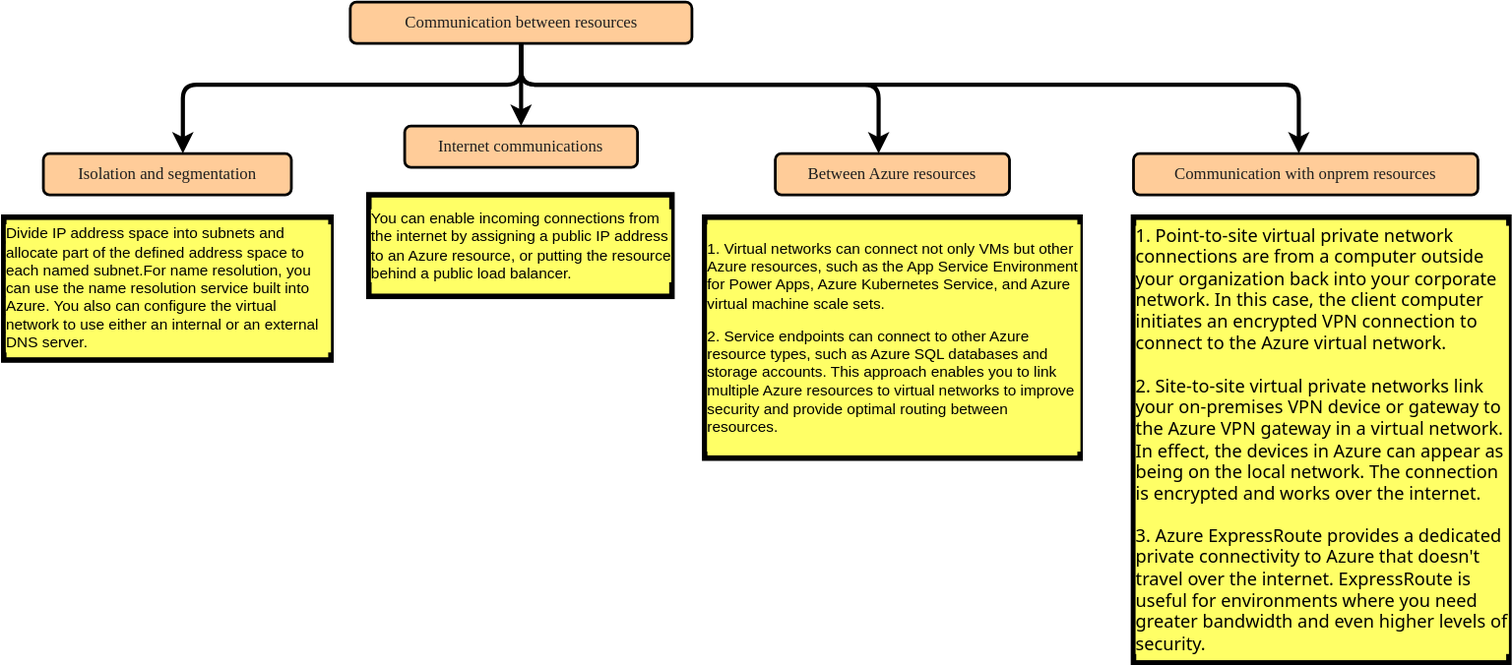
sunnybharne/draw.io keeps this draw.io diagram as azure/fundamentals/Azure.communications.drawio.svg. Above is the earlier version. Source tidied: cells renumbered, new cells last; positions are measured from the earlier drawing's top-left corner, leaving out a move shared by most shapes.
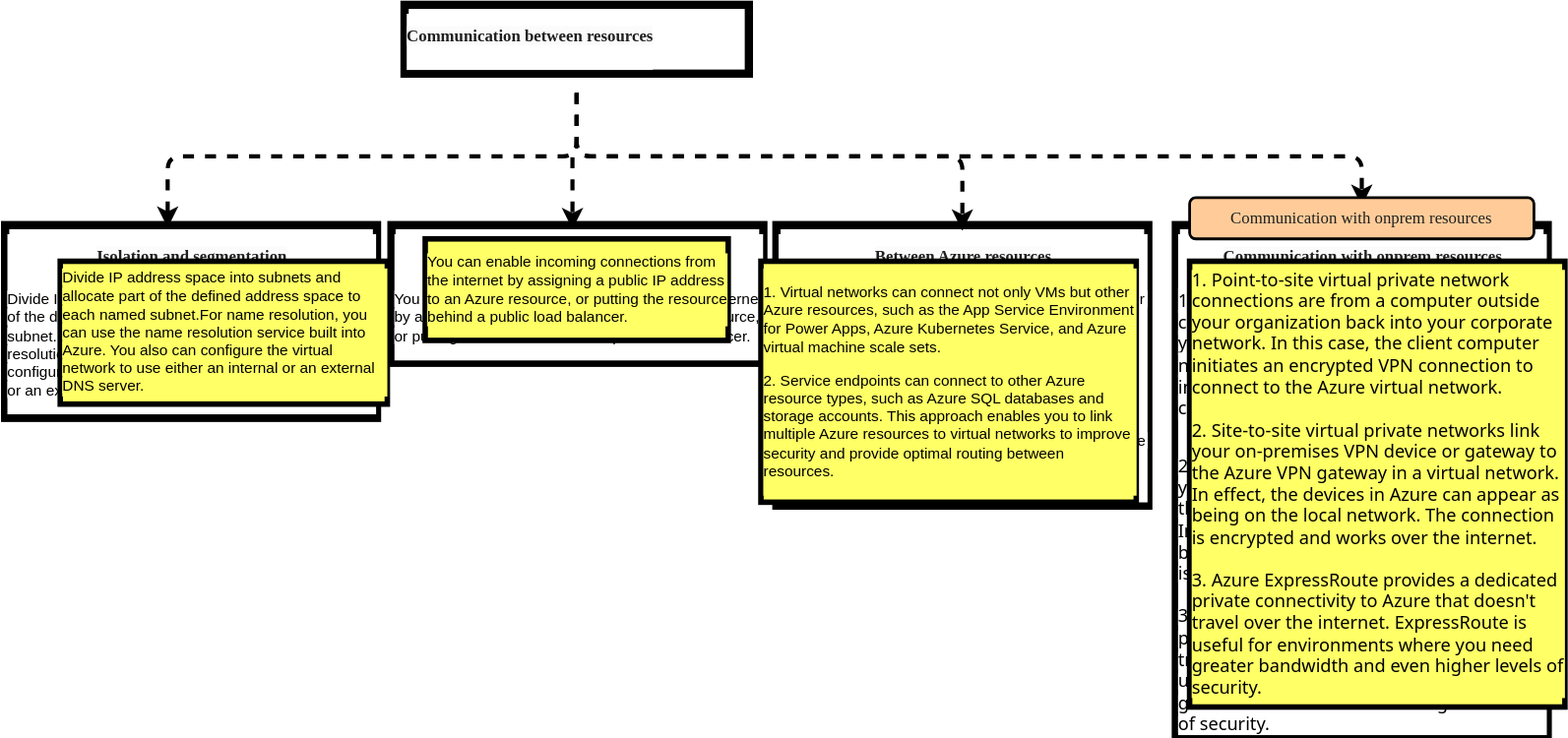
After the commit.

What changed in the source:
```diff
@@ -2,26 +2,55 @@
   <root>
     <mxCell id="0" />
     <mxCell id="1" parent="0" />
-    <mxCell id="2" style="edgeStyle=orthogonalEdgeStyle;shape=connector;curved=0;rounded=1;jettySize=auto;html=1;strokeColor=default;strokeWidth=3;align=center;verticalAlign=middle;fontFamily=Helvetica;fontSize=11;fontColor=default;labelBackgroundColor=default;endArrow=classic;" parent="1" edge="1" source="6" target="9">
-      <mxGeometry relative="1" as="geometry">
-        <Array as="points">
-          <mxPoint x="376" y="60" />
-          <mxPoint x="635" y="60" />
-        </Array>
-      </mxGeometry>
-    </mxCell>
-    <mxCell id="3" style="edgeStyle=orthogonalEdgeStyle;shape=connector;curved=0;rounded=1;jettySize=auto;html=1;entryX=0.5;entryY=0;entryDx=0;entryDy=0;strokeColor=default;strokeWidth=3;align=center;verticalAlign=middle;fontFamily=Helvetica;fontSize=11;fontColor=default;labelBackgroundColor=default;endArrow=classic;" parent="1" edge="1" source="6" target="10">
-      <mxGeometry relative="1" as="geometry" />
-    </mxCell>
-    <mxCell id="4" style="edgeStyle=orthogonalEdgeStyle;shape=connector;curved=0;rounded=1;jettySize=auto;html=1;strokeColor=default;strokeWidth=3;align=center;verticalAlign=middle;fontFamily=Helvetica;fontSize=11;fontColor=default;labelBackgroundColor=default;endArrow=classic;" parent="1" edge="1" source="6" target="8">
-      <mxGeometry relative="1" as="geometry">
-        <Array as="points">
-          <mxPoint x="376" y="60" />
-          <mxPoint x="130" y="60" />
-        </Array>
-      </mxGeometry>
-    </mxCell>
+    <mxCell id="7" style="edgeStyle=orthogonalEdgeStyle;rounded=0;orthogonalLoop=1;jettySize=auto;html=1;exitX=0.5;exitY=1;exitDx=0;exitDy=0;" parent="1" edge="1">
+      <mxGeometry relative="1" as="geometry">
+        <mxPoint x="375.5" y="30" as="sourcePoint" />
+        <mxPoint x="375.5" y="30" as="targetPoint" />
+      </mxGeometry>
+    </mxCell>
+    <mxCell id="16" value="&lt;h1 style=&quot;text-align: center; margin-top: 0px;&quot;&gt;&lt;span style=&quot;caret-color: rgb(31, 31, 31); color: rgb(31, 31, 31); font-family: Verdana; font-size: 12px; white-space: pre-wrap; background-color: rgb(251, 251, 251);&quot;&gt;Isolation and segmentation&lt;/span&gt;&lt;br&gt;&lt;/h1&gt;&lt;p&gt;&lt;span style=&quot;background-color: rgb(255, 255, 255);&quot;&gt;&lt;span style=&quot;white-space: pre-wrap;&quot;&gt;Divide IP address space into &lt;/span&gt;&lt;span style=&quot;white-space: pre-wrap;&quot;&gt;subnets and allocate part of the defined &lt;/span&gt;&lt;span style=&quot;white-space: pre-wrap;&quot;&gt;address space to each named subnet.For &lt;/span&gt;&lt;span style=&quot;white-space: pre-wrap;&quot;&gt;name resolution, you can use the name &lt;/span&gt;&lt;span style=&quot;white-space: pre-wrap;&quot;&gt;resolution service built into Azure. You also &lt;/span&gt;&lt;span style=&quot;white-space: pre-wrap;&quot;&gt;can configure the virtual network to use &lt;/span&gt;&lt;span style=&quot;white-space: pre-wrap;&quot;&gt;either an internal or an external DNS server.&lt;/span&gt;&lt;/span&gt;&lt;br&gt;&lt;/p&gt;" style="text;html=1;whiteSpace=wrap;overflow=hidden;rounded=0;fontFamily=Helvetica;fontSize=11;fontColor=default;labelBackgroundColor=default;strokeWidth=6;fillColor=none;strokeColor=default;perimeterSpacing=14;" parent="1" vertex="1">
+      <mxGeometry x="-40" y="130" width="270" height="140" as="geometry" />
+    </mxCell>
+    <mxCell id="17" value="&lt;h1 style=&quot;text-align: center; margin-top: 0px;&quot;&gt;&lt;span style=&quot;caret-color: rgb(31, 31, 31); color: rgb(31, 31, 31); font-family: Verdana; font-size: 12px; white-space: pre-wrap; background-color: rgb(251, 251, 251);&quot;&gt;Internet communications&lt;/span&gt;&lt;br&gt;&lt;/h1&gt;&lt;p&gt;&lt;span style=&quot;background-color: rgb(255, 255, 255);&quot;&gt;&lt;span style=&quot;white-space: pre-wrap;&quot;&gt;You can enable incoming &lt;/span&gt;&lt;span style=&quot;white-space: pre-wrap;&quot;&gt;connections from the internet by &lt;/span&gt;&lt;span style=&quot;white-space: pre-wrap;&quot;&gt;assigning a public IP address to &lt;/span&gt;&lt;span style=&quot;white-space: pre-wrap;&quot;&gt;an Azure resource, or putting &lt;/span&gt;&lt;span style=&quot;white-space: pre-wrap;&quot;&gt;the resource behind a public &lt;/span&gt;&lt;span style=&quot;white-space: pre-wrap;&quot;&gt;load balancer.&lt;/span&gt;&lt;/span&gt;&lt;br&gt;&lt;/p&gt;" style="text;html=1;whiteSpace=wrap;overflow=hidden;rounded=0;fontFamily=Helvetica;fontSize=11;fontColor=default;labelBackgroundColor=default;strokeWidth=6;fillColor=none;strokeColor=default;perimeterSpacing=14;" parent="1" vertex="1">
+      <mxGeometry x="240.5" y="130" width="270" height="100" as="geometry" />
+    </mxCell>
+    <mxCell id="18" value="&lt;h1 style=&quot;text-align: center; margin-top: 0px;&quot;&gt;&lt;span style=&quot;caret-color: rgb(31, 31, 31); color: rgb(31, 31, 31); font-family: Verdana; font-size: 12px; white-space: pre-wrap; background-color: rgb(251, 251, 251);&quot;&gt;Between Azure resources&lt;/span&gt;&lt;br&gt;&lt;/h1&gt;&lt;p dir=&quot;ltr&quot;&gt;&lt;span style=&quot;background-color: rgb(255, 255, 255);&quot;&gt;&lt;span style=&quot;text-wrap-mode: wrap;&quot;&gt;1.&amp;nbsp;&lt;/span&gt;&lt;span style=&quot;white-space: pre-wrap;&quot;&gt;Virtual networks can connect not only VMs but other Azure &lt;/span&gt;&lt;span style=&quot;white-space: pre-wrap;&quot;&gt;resources, such as the App Service Environment for Power &lt;/span&gt;&lt;span style=&quot;white-space: pre-wrap;&quot;&gt;Apps, Azure Kubernetes Service, and Azure virtual machine &lt;/span&gt;&lt;span style=&quot;white-space: pre-wrap;&quot;&gt;scale sets.&lt;/span&gt;&lt;br&gt;&lt;/span&gt;&lt;/p&gt;&lt;p dir=&quot;ltr&quot;&gt;&lt;span style=&quot;background-color: rgb(255, 255, 255);&quot;&gt;&lt;span style=&quot;white-space: pre-wrap;&quot;&gt;2. Service endpoints can connect to other Azure resource &lt;/span&gt;&lt;span style=&quot;white-space: pre-wrap;&quot;&gt;types, such as Azure SQL databases and storage accounts. &lt;/span&gt;&lt;span style=&quot;white-space: pre-wrap;&quot;&gt;This approach enables you to link multiple Azure resources &lt;/span&gt;&lt;span style=&quot;white-space: pre-wrap;&quot;&gt;to virtual networks to improve security and provide optimal &lt;/span&gt;&lt;span style=&quot;white-space: pre-wrap;&quot;&gt;routing between resources.&lt;/span&gt;&lt;/span&gt;&lt;/p&gt;" style="text;html=1;whiteSpace=wrap;overflow=hidden;rounded=0;fontFamily=Helvetica;fontSize=11;fontColor=default;labelBackgroundColor=default;strokeWidth=6;fillColor=none;strokeColor=default;perimeterSpacing=14;" parent="1" vertex="1">
+      <mxGeometry x="520" y="130" width="270" height="203.8" as="geometry" />
+    </mxCell>
+    <mxCell id="19" value="&lt;h1 style=&quot;text-align: center; margin-top: 0px;&quot;&gt;&lt;span style=&quot;caret-color: rgb(31, 31, 31); color: rgb(31, 31, 31); font-family: Verdana; font-size: 12px; white-space: pre-wrap; background-color: rgb(251, 251, 251);&quot;&gt;Communication with onprem resources&lt;/span&gt;&lt;br&gt;&lt;/h1&gt;&lt;p dir=&quot;ltr&quot;&gt;&lt;span style=&quot;caret-color: rgb(230, 230, 230); font-family: &amp;quot;Segoe UI&amp;quot;, SegoeUI, &amp;quot;Helvetica Neue&amp;quot;, Helvetica, Arial, sans-serif; font-size: 13px; background-color: rgb(255, 255, 255);&quot;&gt;1. Point-to-site virtual private network connections are from a computer outside your organization back into your corporate network. In this case, the client computer initiates an encrypted VPN connection to connect to the Azure virtual network.&lt;/span&gt;&lt;/p&gt;&lt;div&gt;&lt;span style=&quot;background-color: rgb(255, 255, 255);&quot;&gt;&lt;font size=&quot;2&quot; face=&quot;Segoe UI, SegoeUI, Helvetica Neue, Helvetica, Arial, sans-serif&quot;&gt;&lt;span style=&quot;caret-color: rgb(230, 230, 230);&quot;&gt;&lt;br&gt;&lt;/span&gt;&lt;/font&gt;&lt;span style=&quot;caret-color: rgb(230, 230, 230); font-family: &amp;quot;Segoe UI&amp;quot;, SegoeUI, &amp;quot;Helvetica Neue&amp;quot;, Helvetica, Arial, sans-serif; font-size: 13px;&quot;&gt;2. Site-to-site virtual private networks link your on-premises VPN device or gateway to the Azure VPN gateway in a virtual network. In effect, the devices in Azure can appear as being on the local network. The connection is encrypted and works over the internet.&lt;/span&gt;&lt;/span&gt;&lt;/div&gt;&lt;div&gt;&lt;span style=&quot;background-color: rgb(255, 255, 255);&quot;&gt;&lt;font size=&quot;2&quot; face=&quot;Segoe UI, SegoeUI, Helvetica Neue, Helvetica, Arial, sans-serif&quot;&gt;&lt;span style=&quot;caret-color: rgb(230, 230, 230);&quot;&gt;&lt;br&gt;&lt;/span&gt;&lt;/font&gt;&lt;span style=&quot;caret-color: rgb(230, 230, 230); font-family: &amp;quot;Segoe UI&amp;quot;, SegoeUI, &amp;quot;Helvetica Neue&amp;quot;, Helvetica, Arial, sans-serif; font-size: 13px;&quot;&gt;3. Azure ExpressRoute provides a dedicated private connectivity to Azure that doesn't travel over the internet. ExpressRoute is useful for environments where you need greater bandwidth and even higher levels of security.&lt;/span&gt;&lt;/span&gt;&lt;/div&gt;" style="text;html=1;whiteSpace=wrap;overflow=hidden;rounded=0;fontFamily=Helvetica;fontSize=11;fontColor=default;labelBackgroundColor=default;strokeWidth=6;fillColor=none;strokeColor=default;perimeterSpacing=14;" parent="1" vertex="1">
+      <mxGeometry x="810" y="130" width="270" height="370" as="geometry" />
+    </mxCell>
+    <mxCell id="20" style="edgeStyle=orthogonalEdgeStyle;shape=connector;curved=0;rounded=1;jettySize=auto;html=1;strokeColor=default;strokeWidth=3;align=center;verticalAlign=middle;fontFamily=Helvetica;fontSize=11;fontColor=default;labelBackgroundColor=default;endArrow=classic;entryX=0.5;entryY=0.078;entryDx=0;entryDy=0;entryPerimeter=0;flowAnimation=1;" parent="1" edge="1" source="6" target="18">
+      <mxGeometry relative="1" as="geometry">
+        <Array as="points">
+          <mxPoint x="375" y="80" />
+          <mxPoint x="655" y="80" />
+        </Array>
+      </mxGeometry>
+    </mxCell>
+    <mxCell id="21" style="edgeStyle=orthogonalEdgeStyle;shape=connector;curved=0;rounded=1;jettySize=auto;html=1;strokeColor=default;strokeWidth=3;align=center;verticalAlign=middle;fontFamily=Helvetica;fontSize=11;fontColor=default;labelBackgroundColor=default;endArrow=classic;flowAnimation=1;" parent="1" edge="1" source="6" target="19">
+      <mxGeometry relative="1" as="geometry">
+        <Array as="points">
+          <mxPoint x="375" y="80" />
+          <mxPoint x="945" y="80" />
+        </Array>
+      </mxGeometry>
+    </mxCell>
+    <mxCell id="6" value="&lt;h1 style=&quot;margin-top: 0px;&quot;&gt;&lt;span style=&quot;caret-color: rgb(31, 31, 31); color: rgb(31, 31, 31); font-family: Verdana; font-size: 12px; text-align: center; white-space: pre-wrap; background-color: rgb(251, 251, 251);&quot;&gt;Communication between resources&lt;/span&gt;&lt;br&gt;&lt;/h1&gt;" style="text;html=1;whiteSpace=wrap;overflow=hidden;rounded=0;fontFamily=Helvetica;fontSize=11;fontColor=default;labelBackgroundColor=default;strokeWidth=6;fillColor=none;strokeColor=default;perimeterSpacing=14;" parent="1" vertex="1">
+      <mxGeometry x="250" y="-30" width="250" height="50" as="geometry" />
+    </mxCell>
+    <mxCell id="22" style="edgeStyle=orthogonalEdgeStyle;shape=connector;curved=0;rounded=1;jettySize=auto;html=1;entryX=0.488;entryY=0.133;entryDx=0;entryDy=0;entryPerimeter=0;strokeColor=default;strokeWidth=3;align=center;verticalAlign=middle;fontFamily=Helvetica;fontSize=11;fontColor=default;labelBackgroundColor=default;endArrow=classic;flowAnimation=1;" parent="1" edge="1" source="6" target="17">
+      <mxGeometry relative="1" as="geometry" />
+    </mxCell>
+    <mxCell id="23" style="edgeStyle=orthogonalEdgeStyle;shape=connector;curved=0;rounded=1;jettySize=auto;html=1;entryX=0.443;entryY=0.095;entryDx=0;entryDy=0;entryPerimeter=0;strokeColor=default;strokeWidth=3;align=center;verticalAlign=middle;fontFamily=Helvetica;fontSize=11;fontColor=default;labelBackgroundColor=default;endArrow=classic;flowAnimation=1;" parent="1" edge="1" source="6" target="16">
+      <mxGeometry relative="1" as="geometry">
+        <Array as="points">
+          <mxPoint x="375" y="80" />
+          <mxPoint x="78" y="80" />
+        </Array>
+      </mxGeometry>
+    </mxCell>
-    <mxCell id="5" style="edgeStyle=orthogonalEdgeStyle;shape=connector;curved=0;rounded=1;jettySize=auto;html=1;strokeColor=default;strokeWidth=3;align=center;verticalAlign=middle;fontFamily=Helvetica;fontSize=11;fontColor=default;labelBackgroundColor=default;endArrow=classic;" parent="1" edge="1" source="6" target="14">
+    <mxCell id="5" style="edgeStyle=orthogonalEdgeStyle;shape=connector;curved=0;rounded=1;jettySize=auto;html=1;strokeColor=default;strokeWidth=3;align=center;verticalAlign=middle;fontFamily=Helvetica;fontSize=11;fontColor=default;labelBackgroundColor=default;endArrow=classic;" parent="1" edge="1" target="14">
       <mxGeometry relative="1" as="geometry">
         <Array as="points">
           <mxPoint x="376" y="60" />
@@ -29,21 +58,6 @@
         </Array>
       </mxGeometry>
     </mxCell>
-    <mxCell id="6" value="&lt;span style=&quot;white-space: pre-wrap; color: rgb(31, 31, 31);&quot;&gt;Communication between resources&lt;/span&gt;" style="rounded=1;whiteSpace=wrap;html=1;align=center;fillColor=#FFCC99;strokeColor=#000000;strokeWidth=2;fontFamily=Verdana;glass=0;" parent="1" vertex="1">
-      <mxGeometry x="251.5" width="248" height="30" as="geometry" />
-    </mxCell>
-    <mxCell id="7" style="edgeStyle=orthogonalEdgeStyle;rounded=0;orthogonalLoop=1;jettySize=auto;html=1;exitX=0.5;exitY=1;exitDx=0;exitDy=0;" parent="1" edge="1" source="6" target="6">
-      <mxGeometry relative="1" as="geometry" />
-    </mxCell>
-    <mxCell id="8" value="&lt;span style=&quot;text-align: start; white-space: pre-wrap; color: rgb(31, 31, 31);&quot;&gt;Isolation and segmentation&lt;/span&gt;" style="rounded=1;whiteSpace=wrap;html=1;align=center;fillColor=#FFCC99;strokeColor=#000000;strokeWidth=2;fontFamily=Verdana;glass=0;labelBorderColor=none;labelBackgroundColor=none;" parent="1" vertex="1">
-      <mxGeometry x="28.8" y="110" width="180" height="30" as="geometry" />
-    </mxCell>
-    <mxCell id="9" value="&lt;span style=&quot;text-align: start; white-space: pre-wrap; color: rgb(31, 31, 31);&quot;&gt;Between Azure resources&lt;/span&gt;" style="rounded=1;whiteSpace=wrap;html=1;align=center;fillColor=#FFCC99;strokeColor=#000000;strokeWidth=2;fontFamily=Verdana;glass=0;labelBorderColor=none;labelBackgroundColor=none;" parent="1" vertex="1">
-      <mxGeometry x="560" y="110" width="170" height="30" as="geometry" />
-    </mxCell>
-    <mxCell id="10" value="&lt;span style=&quot;text-align: start; white-space: pre-wrap; color: rgb(31, 31, 31);&quot;&gt;Internet communications&lt;/span&gt;" style="rounded=1;whiteSpace=wrap;html=1;align=center;fillColor=#FFCC99;strokeColor=#000000;strokeWidth=2;fontFamily=Verdana;glass=0;labelBorderColor=none;labelBackgroundColor=none;" parent="1" vertex="1">
-      <mxGeometry x="291" y="90" width="169" height="30" as="geometry" />
-    </mxCell>
     <mxCell id="11" value="&lt;span style=&quot;caret-color: rgb(0, 0, 0); color: rgb(0, 0, 0); font-family: Helvetica; font-size: 11px; font-style: normal; font-variant-caps: normal; font-weight: 400; letter-spacing: normal; orphans: auto; text-align: left; text-indent: 0px; text-transform: none; white-space: pre-wrap; widows: auto; word-spacing: 0px; -webkit-text-stroke-width: 0px; text-decoration: none;&quot;&gt;You can enable incoming &lt;/span&gt;&lt;span style=&quot;caret-color: rgb(0, 0, 0); color: rgb(0, 0, 0); font-family: Helvetica; font-size: 11px; font-style: normal; font-variant-caps: normal; font-weight: 400; letter-spacing: normal; orphans: auto; text-align: left; text-indent: 0px; text-transform: none; white-space: pre-wrap; widows: auto; word-spacing: 0px; -webkit-text-stroke-width: 0px; text-decoration: none;&quot;&gt;connections from the internet by &lt;/span&gt;&lt;span style=&quot;caret-color: rgb(0, 0, 0); color: rgb(0, 0, 0); font-family: Helvetica; font-size: 11px; font-style: normal; font-variant-caps: normal; font-weight: 400; letter-spacing: normal; orphans: auto; text-align: left; text-indent: 0px; text-transform: none; white-space: pre-wrap; widows: auto; word-spacing: 0px; -webkit-text-stroke-width: 0px; text-decoration: none;&quot;&gt;assigning a public IP address to &lt;/span&gt;&lt;span style=&quot;caret-color: rgb(0, 0, 0); color: rgb(0, 0, 0); font-family: Helvetica; font-size: 11px; font-style: normal; font-variant-caps: normal; font-weight: 400; letter-spacing: normal; orphans: auto; text-align: left; text-indent: 0px; text-transform: none; white-space: pre-wrap; widows: auto; word-spacing: 0px; -webkit-text-stroke-width: 0px; text-decoration: none;&quot;&gt;an Azure resource, or putting &lt;/span&gt;&lt;span style=&quot;caret-color: rgb(0, 0, 0); color: rgb(0, 0, 0); font-family: Helvetica; font-size: 11px; font-style: normal; font-variant-caps: normal; font-weight: 400; letter-spacing: normal; orphans: auto; text-align: left; text-indent: 0px; text-transform: none; white-space: pre-wrap; widows: auto; word-spacing: 0px; -webkit-text-stroke-width: 0px; text-decoration: none;&quot;&gt;the resource behind a public &lt;/span&gt;&lt;span style=&quot;caret-color: rgb(0, 0, 0); color: rgb(0, 0, 0); font-family: Helvetica; font-size: 11px; font-style: normal; font-variant-caps: normal; font-weight: 400; letter-spacing: normal; orphans: auto; text-align: left; text-indent: 0px; text-transform: none; white-space: pre-wrap; widows: auto; word-spacing: 0px; -webkit-text-stroke-width: 0px; text-decoration: none;&quot;&gt;load balancer.&lt;/span&gt;" style="rounded=0;whiteSpace=wrap;html=1;glass=0;strokeColor=#000000;strokeWidth=4;align=left;verticalAlign=middle;fontFamily=Helvetica;fontSize=11;fontColor=default;labelBackgroundColor=#FFFF66;fillColor=#FFFF66;" parent="1" vertex="1">
       <mxGeometry x="265" y="140" width="220" height="73.8" as="geometry" />
     </mxCell>
```
